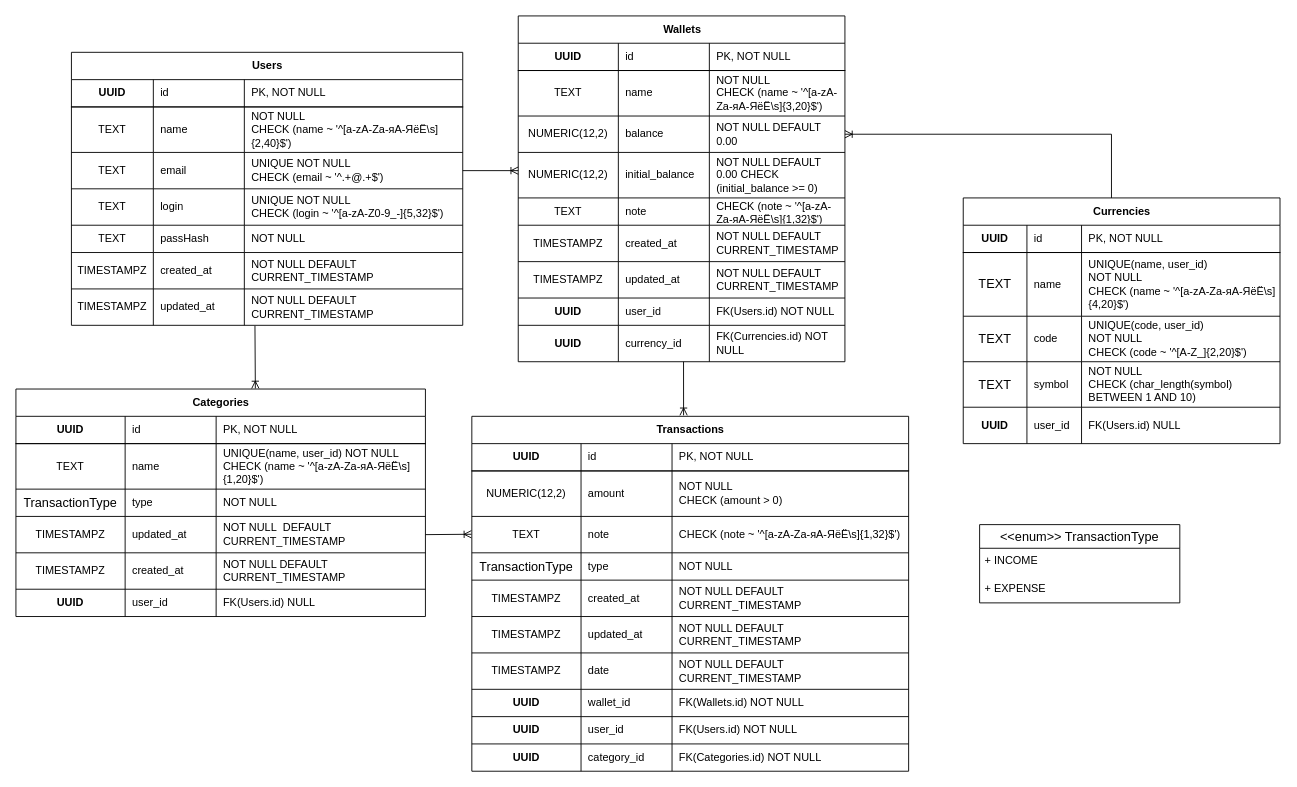
Earlier version of the draw.io diagram docs/ER diagram DB.drawio (sopkodioni/financecheck). Source tidied: cells renumbered, new cells numbered last; positions are measured from the earlier drawing's top-left corner, leaving out a move shared by most shapes. Both pictures are drawn from the tidied source at 91%, with x=0, y=0 at pixel (15, 15).
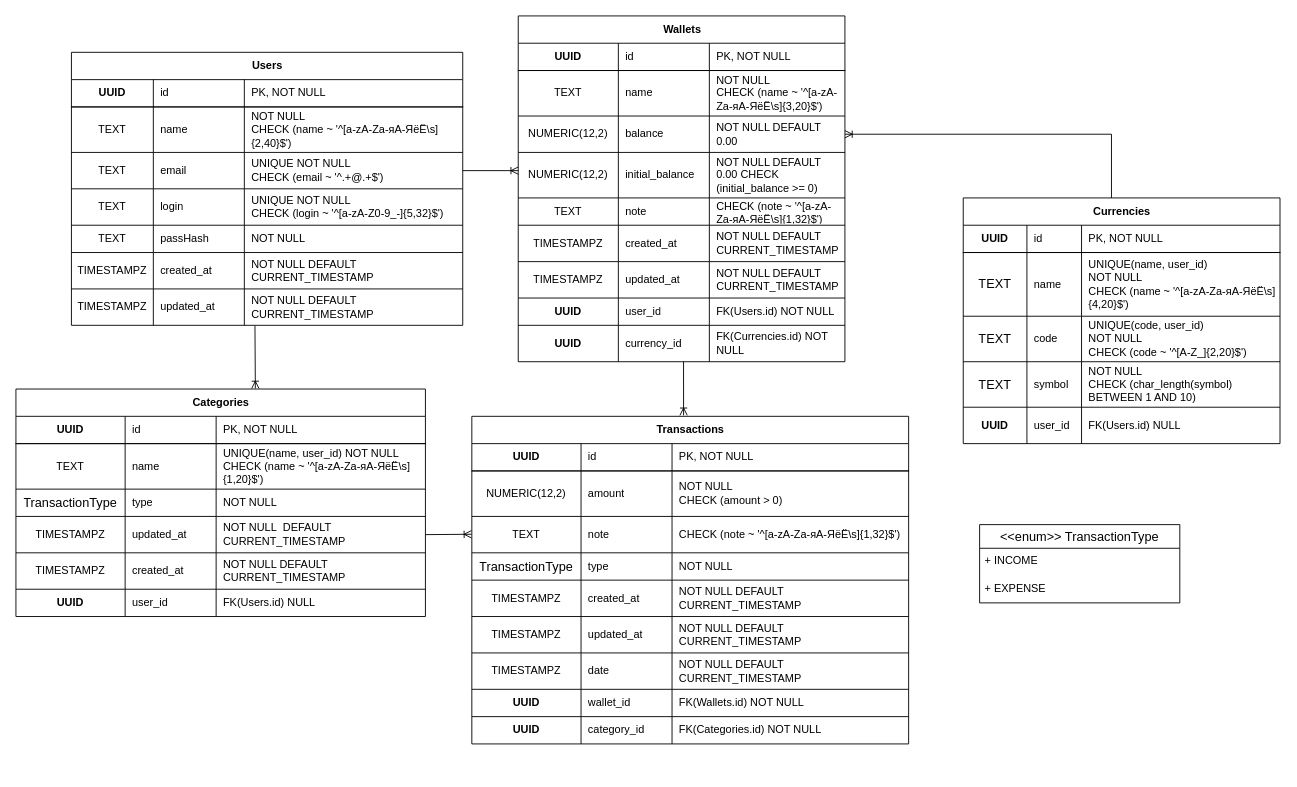
After the change.

Commit message (it also covers changes not shown here):
refactor: remove user_id from transaction table

Change to the diagram source:
```diff
@@
     <mxCell id="68" value="Transactions" style="shape=table;startSize=30;childLayout=tableLayout;rowLines=1;fontStyle=1;align=center;html=1;" parent="1" vertex="1">
-      <mxGeometry x="501" y="440" width="480" height="390" as="geometry" />
+      <mxGeometry x="501" y="440" width="480" height="360" as="geometry" />
     </mxCell>
@@
-    <mxCell id="101" style="shape=tableRow;horizontal=0;startSize=0;swimlaneHead=0;swimlaneBody=0;fillColor=none;top=0;left=0;right=0;bottom=0;" parent="68" vertex="1">
-      <mxGeometry y="330" width="480" height="30" as="geometry" />
-    </mxCell>
-    <mxCell id="102" value="&lt;span style=&quot;font-weight: 700;&quot;&gt;UUID&lt;/span&gt;" style="shape=partialRectangle;fillColor=none;top=0;left=0;bottom=0;right=0;overflow=hidden;whiteSpace=wrap;html=1;" parent="101" vertex="1">
-      <mxGeometry width="120" height="30" as="geometry" />
-    </mxCell>
-    <mxCell id="103" value="user_id" style="shape=partialRectangle;fillColor=none;top=0;left=0;bottom=0;right=0;align=left;spacingLeft=6;overflow=hidden;whiteSpace=wrap;html=1;" parent="101" vertex="1">
-      <mxGeometry x="120" width="100" height="30" as="geometry" />
-    </mxCell>
-    <mxCell id="104" value="FK(Users.id)&amp;nbsp;NOT NULL&amp;nbsp;" style="shape=partialRectangle;fillColor=none;top=0;left=0;bottom=0;right=0;align=left;spacingLeft=6;overflow=hidden;whiteSpace=wrap;html=1;" parent="101" vertex="1">
-      <mxGeometry x="220" width="260" height="30" as="geometry" />
-    </mxCell>
     <mxCell id="105" style="shape=tableRow;horizontal=0;startSize=0;swimlaneHead=0;swimlaneBody=0;fillColor=none;top=0;left=0;right=0;bottom=0;" parent="68" vertex="1">
-      <mxGeometry y="360" width="480" height="30" as="geometry" />
+      <mxGeometry y="330" width="480" height="30" as="geometry" />
     </mxCell>
```
